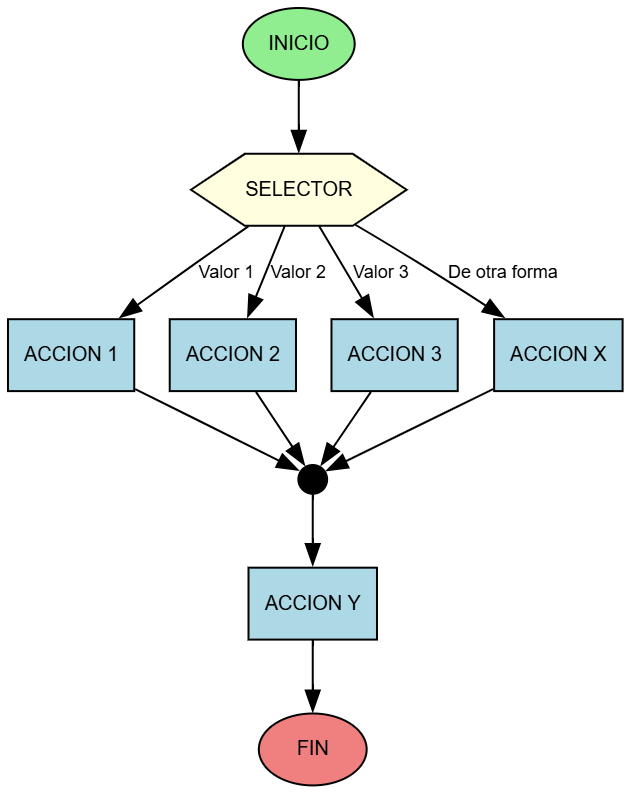
The Graphviz diagram images/ejemplo_2_5.png in D1egoXD/JAVA-TICS, before a commit. Its source is kept beside it as diagramas/ejemplo_2_5.dot.
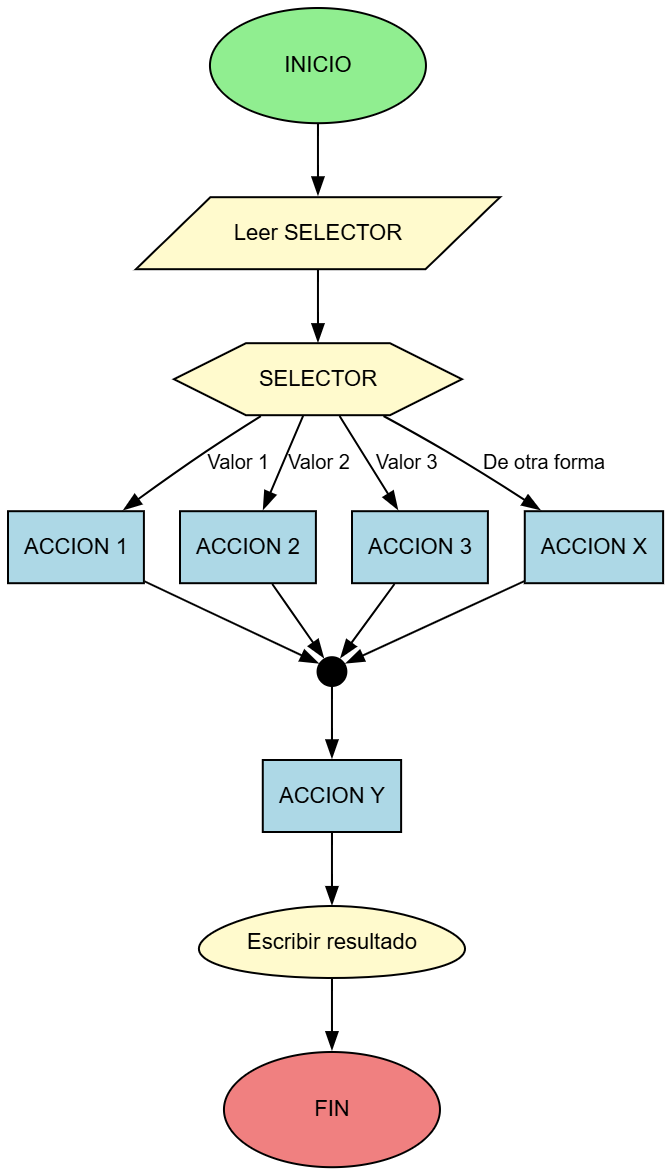
Above is the later version.

Commit message:
Actualizar diagrama y contenido del ejercicio 2.5

The edit, as a diff of the source:
```diff
@@ -1,24 +1,29 @@
 digraph SelectorMultiple {
     rankdir=TB;
-    node [shape=box, style=filled, fillcolor=lightblue, fontname="Arial", fontsize=10];
-    edge [fontname="Arial", fontsize=9];
+    node [shape=box, style=filled, fontname="Arial", fontsize=11];
+    edge [fontname="Arial", fontsize=10, color=black, arrowsize=0.8];
 
-    start [label="INICIO", shape=ellipse, fillcolor=lightgreen];
+    start [label="INICIO", shape=oval, fillcolor="#90EE90", style="filled", width=1.5, height=0.8];
 
-    selector [label="SELECTOR", shape=hexagon, fillcolor=lightyellow, width=1.5];
+    input [label="Leer SELECTOR", shape=parallelogram, fillcolor="#FFFACD", style="filled", skew=0.3];
 
-    accion1 [label="ACCION 1", shape=box, fillcolor=lightblue];
-    accion2 [label="ACCION 2", shape=box, fillcolor=lightblue];
-    accion3 [label="ACCION 3", shape=box, fillcolor=lightblue];
-    accionX [label="ACCION X", shape=box, fillcolor=lightblue];
+    selector [label="SELECTOR", shape=hexagon, fillcolor="#FFFACD", style="filled", width=2.0];
+
+    accion1 [label="ACCION 1", shape=rectangle, fillcolor="#ADD8E6", style="filled"];
+    accion2 [label="ACCION 2", shape=rectangle, fillcolor="#ADD8E6", style="filled"];
+    accion3 [label="ACCION 3", shape=rectangle, fillcolor="#ADD8E6", style="filled"];
+    accionX [label="ACCION X", shape=rectangle, fillcolor="#ADD8E6", style="filled"];
 
     convergencia [label="", shape=circle, fillcolor=black, width=0.2, height=0.2];
 
-    accionY [label="ACCION Y", shape=box, fillcolor=lightblue];
+    accionY [label="ACCION Y", shape=rectangle, fillcolor="#ADD8E6", style="filled"];
 
-    end [label="FIN", shape=ellipse, fillcolor=lightcoral];
+    output [label="Escribir resultado", shape=egg, fillcolor="#FFFACD", style="filled"];
 
-    start -> selector;
+    end [label="FIN", shape=oval, fillcolor="#F08080", style="filled", width=1.5, height=0.8];
+
+    start -> input;
+    input -> selector;
 
     selector -> accion1 [label="Valor 1"];
     selector -> accion2 [label="Valor 2"];
@@ -32,5 +37,7 @@
 
     convergencia -> accionY;
 
-    accionY -> end;
+    accionY -> output;
+
+    output -> end;
 }
```
